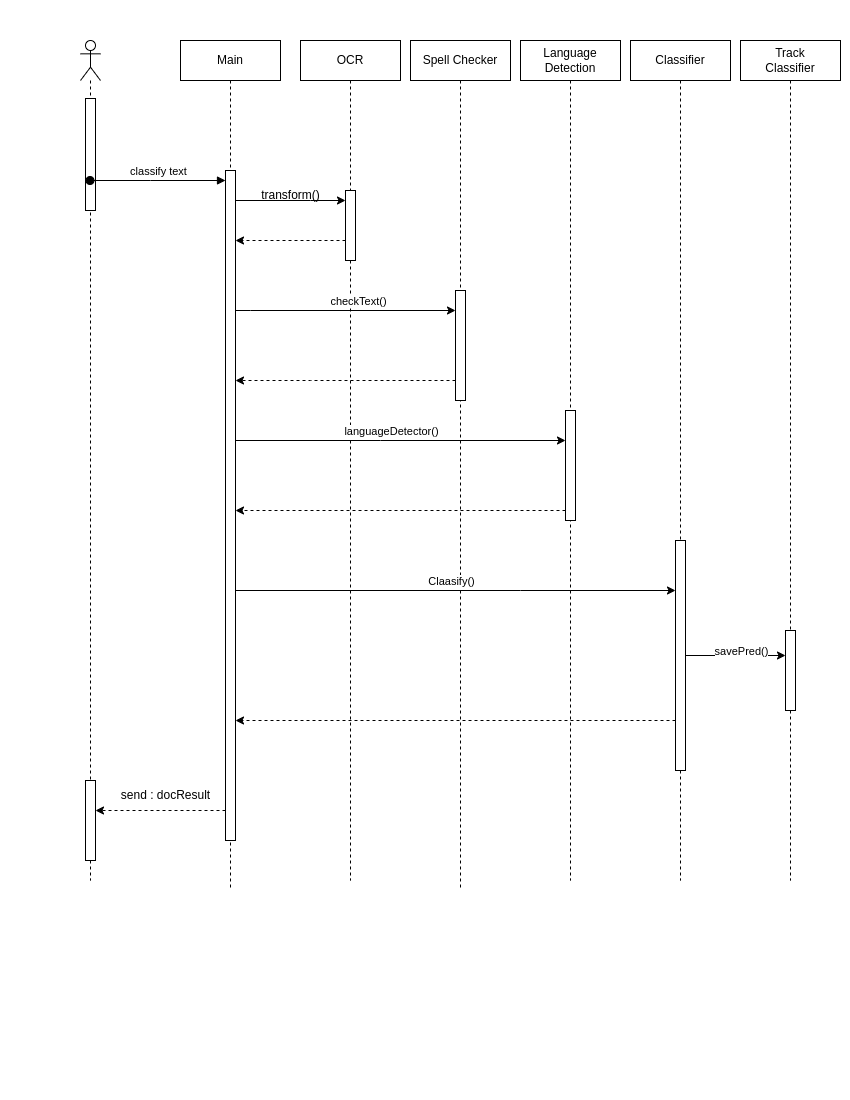
Earlier version of the draw.io export concept/Classifier/Classifier seq.png (AyoubCherguelaine/Drive-app). Source tidied: cells renumbered, new cells last; positions are measured from the earlier drawing's top-left corner, leaving out a move shared by most shapes.
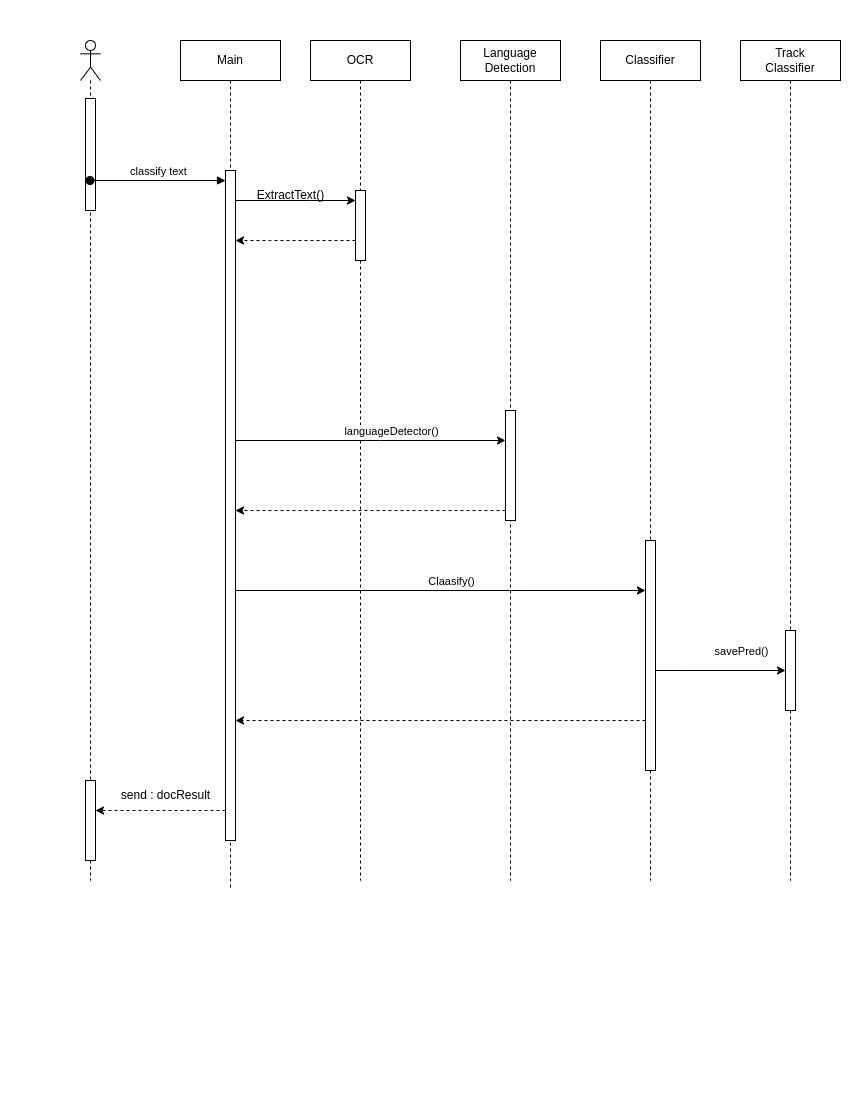
After the commit.

Diff of the diagram source:
```diff
@@ -9,25 +9,19 @@
       <mxGeometry x="45" y="130" width="10" height="670" as="geometry" />
     </mxCell>
     <mxCell id="4" value="OCR" style="shape=umlLifeline;perimeter=lifelinePerimeter;whiteSpace=wrap;html=1;newEdgeStyle={&quot;edgeStyle&quot;:&quot;elbowEdgeStyle&quot;,&quot;elbow&quot;:&quot;vertical&quot;,&quot;curved&quot;:0,&quot;rounded&quot;:0};" parent="1" vertex="1">
-      <mxGeometry x="220" width="100" height="840" as="geometry" />
+      <mxGeometry x="230" width="100" height="840" as="geometry" />
     </mxCell>
     <mxCell id="5" style="html=1;points=[];perimeter=orthogonalPerimeter;outlineConnect=0;targetShapes=umlLifeline;portConstraint=eastwest;newEdgeStyle={&quot;edgeStyle&quot;:&quot;elbowEdgeStyle&quot;,&quot;elbow&quot;:&quot;vertical&quot;,&quot;curved&quot;:0,&quot;rounded&quot;:0};" parent="4" vertex="1">
       <mxGeometry x="45" y="150" width="10" height="70" as="geometry" />
     </mxCell>
-    <mxCell id="6" value="Spell Checker" style="shape=umlLifeline;perimeter=lifelinePerimeter;whiteSpace=wrap;html=1;newEdgeStyle={&quot;edgeStyle&quot;:&quot;elbowEdgeStyle&quot;,&quot;elbow&quot;:&quot;vertical&quot;,&quot;curved&quot;:0,&quot;rounded&quot;:0};" parent="1" vertex="1">
-      <mxGeometry x="330" width="100" height="850" as="geometry" />
-    </mxCell>
-    <mxCell id="7" style="html=1;points=[];perimeter=orthogonalPerimeter;outlineConnect=0;targetShapes=umlLifeline;portConstraint=eastwest;newEdgeStyle={&quot;edgeStyle&quot;:&quot;elbowEdgeStyle&quot;,&quot;elbow&quot;:&quot;vertical&quot;,&quot;curved&quot;:0,&quot;rounded&quot;:0};" parent="6" vertex="1">
-      <mxGeometry x="45" y="250" width="10" height="110" as="geometry" />
-    </mxCell>
     <mxCell id="8" value="Language Detection" style="shape=umlLifeline;perimeter=lifelinePerimeter;whiteSpace=wrap;html=1;newEdgeStyle={&quot;edgeStyle&quot;:&quot;elbowEdgeStyle&quot;,&quot;elbow&quot;:&quot;vertical&quot;,&quot;curved&quot;:0,&quot;rounded&quot;:0};" parent="1" vertex="1">
-      <mxGeometry x="440" width="100" height="840" as="geometry" />
+      <mxGeometry x="380" width="100" height="840" as="geometry" />
     </mxCell>
     <mxCell id="9" style="html=1;points=[];perimeter=orthogonalPerimeter;outlineConnect=0;targetShapes=umlLifeline;portConstraint=eastwest;newEdgeStyle={&quot;edgeStyle&quot;:&quot;elbowEdgeStyle&quot;,&quot;elbow&quot;:&quot;vertical&quot;,&quot;curved&quot;:0,&quot;rounded&quot;:0};" parent="8" vertex="1">
       <mxGeometry x="45" y="370" width="10" height="110" as="geometry" />
     </mxCell>
     <mxCell id="10" value="Classifier" style="shape=umlLifeline;perimeter=lifelinePerimeter;whiteSpace=wrap;html=1;newEdgeStyle={&quot;edgeStyle&quot;:&quot;elbowEdgeStyle&quot;,&quot;elbow&quot;:&quot;vertical&quot;,&quot;curved&quot;:0,&quot;rounded&quot;:0};" parent="1" vertex="1">
-      <mxGeometry x="550" width="100" height="840" as="geometry" />
+      <mxGeometry x="520" width="100" height="840" as="geometry" />
     </mxCell>
     <mxCell id="11" style="html=1;points=[];perimeter=orthogonalPerimeter;outlineConnect=0;targetShapes=umlLifeline;portConstraint=eastwest;newEdgeStyle={&quot;edgeStyle&quot;:&quot;elbowEdgeStyle&quot;,&quot;elbow&quot;:&quot;vertical&quot;,&quot;curved&quot;:0,&quot;rounded&quot;:0};" parent="10" vertex="1">
       <mxGeometry x="45" y="500" width="10" height="230" as="geometry" />
@@ -46,29 +40,9 @@
         </Array>
       </mxGeometry>
     </mxCell>
-    <mxCell id="15" value="transform()" style="text;html=1;align=center;verticalAlign=middle;strokeColor=none;fillColor=none;" parent="1" vertex="1">
-      <mxGeometry x="170" y="140" width="80" height="30" as="geometry" />
+    <mxCell id="15" value="ExtractText()" style="text;html=1;align=center;verticalAlign=middle;strokeColor=none;fillColor=none;" parent="1" vertex="1">
+      <mxGeometry x="165" y="140" width="90" height="30" as="geometry" />
     </mxCell>
-    <mxCell id="16" style="edgeStyle=elbowEdgeStyle;rounded=0;jettySize=auto;html=1;elbow=vertical;curved=0;" parent="1" edge="1" source="3" target="7">
-      <mxGeometry relative="1" as="geometry">
-        <Array as="points">
-          <mxPoint x="170" y="270" />
-        </Array>
-      </mxGeometry>
-    </mxCell>
-    <mxCell id="17" value="checkText()" style="edgeLabel;html=1;align=center;verticalAlign=middle;" parent="16" vertex="1">
-      <mxGeometry x="-0.35" y="-4" relative="1" as="geometry">
-        <mxPoint x="50" y="-14" as="offset" />
-      </mxGeometry>
-    </mxCell>
-    <mxCell id="18" style="edgeStyle=elbowEdgeStyle;rounded=0;jettySize=auto;html=1;elbow=vertical;curved=0;dashed=1;" parent="1" edge="1" source="7" target="3">
-      <mxGeometry relative="1" as="geometry">
-        <Array as="points">
-          <mxPoint x="230" y="340" />
-          <mxPoint x="90" y="330" />
-        </Array>
-      </mxGeometry>
-    </mxCell>
     <mxCell id="19" style="edgeStyle=elbowEdgeStyle;rounded=0;jettySize=auto;html=1;elbow=vertical;curved=0;" parent="1" edge="1" source="3" target="9">
       <mxGeometry relative="1" as="geometry">
         <Array as="points">
```
